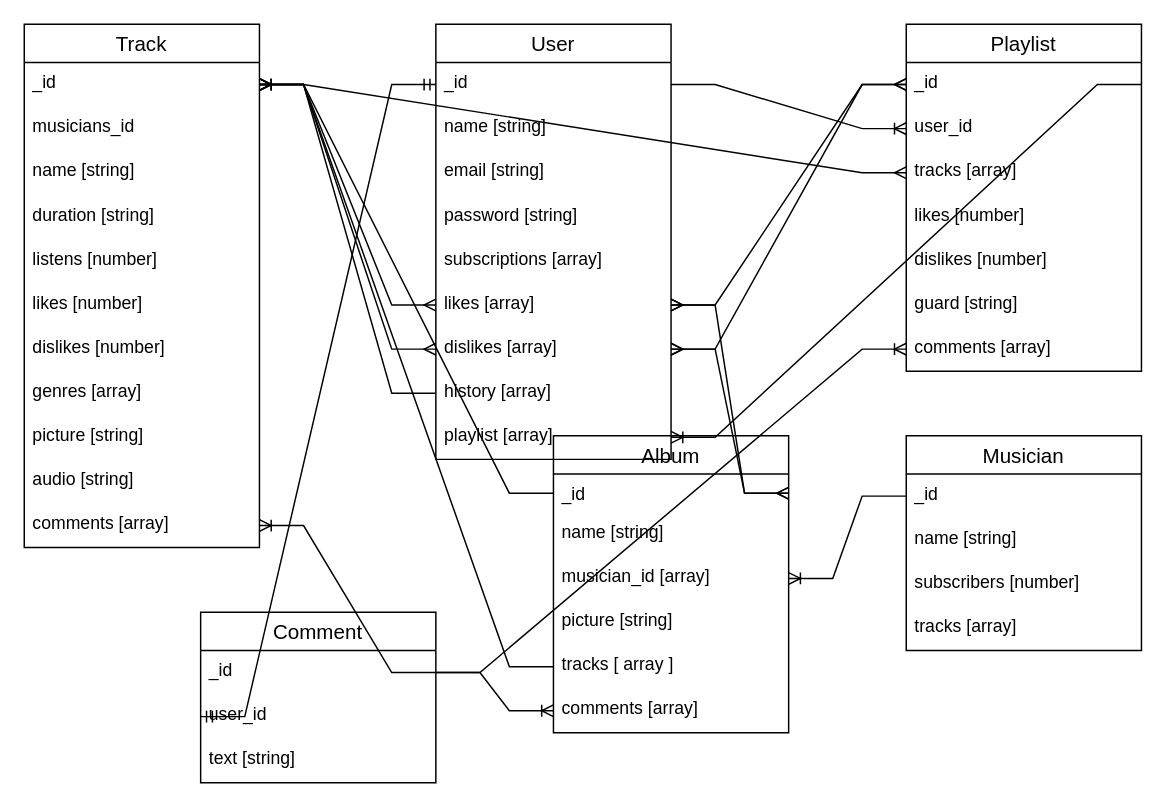
tusvel/betify_backend keeps this draw.io diagram as schemas/betify.drawio. Above is the earlier version. Source tidied: cells renumbered, new cells numbered last; positions are measured from the earlier drawing's top-left corner, leaving out a move shared by most shapes. Both pictures are drawn from the tidied source at 147%, with x=0, y=0 at pixel (24, 24).
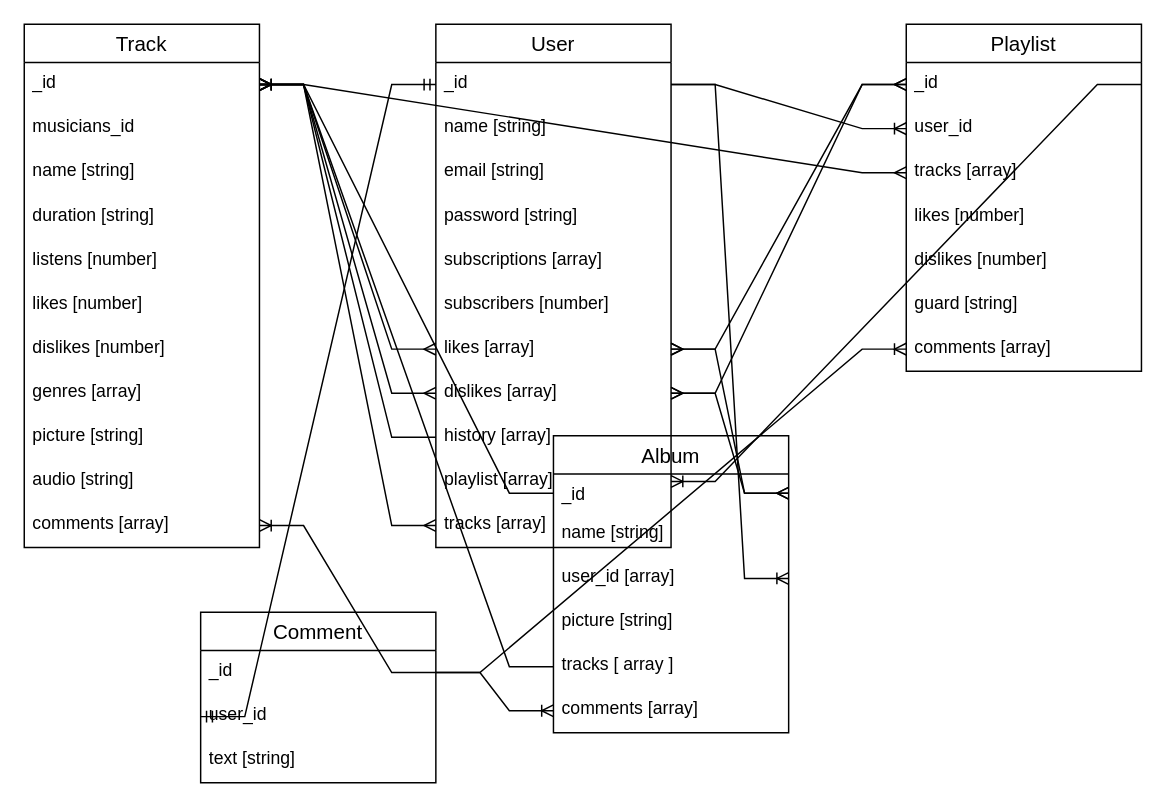
The same page after the edit.

Unchanged cells that the change refers to:
```xml
<mxCell id="3" value="_id" style="text;strokeColor=none;fillColor=none;spacingLeft=4;spacingRight=4;overflow=hidden;points=[[0,0.5],[1,0.5]];portConstraint=eastwest;fontSize=12;" parent="2" vertex="1">
  <mxGeometry y="26" width="160" height="30" as="geometry" />
</mxCell>
<mxCell id="19" value="Album" style="swimlane;fontStyle=0;horizontal=1;startSize=26;align=center;fontSize=14;" parent="1" vertex="1">
  <mxGeometry x="360" y="280" width="160" height="202" as="geometry" />
</mxCell>
<mxCell id="31" value="_id" style="text;strokeColor=none;fillColor=none;spacingLeft=4;spacingRight=4;overflow=hidden;points=[[0,0.5],[1,0.5]];portConstraint=eastwest;fontSize=12;" parent="30" vertex="1">
  <mxGeometry y="26" width="160" height="30" as="geometry" />
</mxCell>
```

What changed in the source:
```diff
@@
-    <mxCell id="14" value="Musician" style="swimlane;fontStyle=0;horizontal=1;startSize=26;align=center;fontSize=14;" parent="1" vertex="1">
-      <mxGeometry x="600" y="280" width="160" height="146" as="geometry" />
-    </mxCell>
-    <mxCell id="15" value="_id" style="text;strokeColor=none;fillColor=none;spacingLeft=4;spacingRight=4;overflow=hidden;points=[[0,0.5],[1,0.5]];portConstraint=eastwest;fontSize=12;" parent="14" vertex="1">
-      <mxGeometry y="26" width="160" height="30" as="geometry" />
-    </mxCell>
-    <mxCell id="16" value="name [string]" style="text;strokeColor=none;fillColor=none;spacingLeft=4;spacingRight=4;overflow=hidden;fontSize=12;" parent="14" vertex="1">
-      <mxGeometry y="56" width="160" height="30" as="geometry" />
-    </mxCell>
-    <mxCell id="17" value="subscribers [number]" style="text;strokeColor=none;fillColor=none;spacingLeft=4;spacingRight=4;overflow=hidden;fontSize=12;" parent="14" vertex="1">
-      <mxGeometry y="86" width="160" height="30" as="geometry" />
-    </mxCell>
-    <mxCell id="18" value="tracks [array]" style="text;strokeColor=none;fillColor=none;spacingLeft=4;spacingRight=4;overflow=hidden;points=[[0,0.5],[1,0.5]];portConstraint=eastwest;fontSize=12;" parent="14" vertex="1">
-      <mxGeometry y="116" width="160" height="30" as="geometry" />
-    </mxCell>
@@
-    <mxCell id="22" value="musician_id [array]" style="text;strokeColor=none;fillColor=none;spacingLeft=4;spacingRight=4;overflow=hidden;points=[[0,0.5],[1,0.5]];portConstraint=eastwest;fontSize=12;" parent="19" vertex="1">
+    <mxCell id="22" value="user_id [array]" style="text;strokeColor=none;fillColor=none;spacingLeft=4;spacingRight=4;overflow=hidden;points=[[0,0.5],[1,0.5]];portConstraint=eastwest;fontSize=12;" parent="19" vertex="1">
       <mxGeometry y="82" width="160" height="30" as="geometry" />
     </mxCell>
@@
     <mxCell id="30" value="User" style="swimlane;fontStyle=0;horizontal=1;startSize=26;align=center;fontSize=14;" parent="1" vertex="1">
-      <mxGeometry x="280" width="160" height="296" as="geometry" />
+      <mxGeometry x="280" width="160" height="356" as="geometry" />
     </mxCell>
@@
+    <mxCell id="17" value="subscribers [number]" style="text;strokeColor=none;fillColor=none;spacingLeft=4;spacingRight=4;overflow=hidden;fontSize=12;" parent="30" vertex="1">
+      <mxGeometry y="176" width="160" height="30" as="geometry" />
+    </mxCell>
     <mxCell id="36" value="likes [array]" style="text;strokeColor=none;fillColor=none;spacingLeft=4;spacingRight=4;overflow=hidden;points=[[0,0.5],[1,0.5]];portConstraint=eastwest;fontSize=12;" parent="30" vertex="1">
-      <mxGeometry y="176" width="160" height="30" as="geometry" />
+      <mxGeometry y="206" width="160" height="30" as="geometry" />
     </mxCell>
     <mxCell id="37" value="dislikes [array]" style="text;strokeColor=none;fillColor=none;spacingLeft=4;spacingRight=4;overflow=hidden;points=[[0,0.5],[1,0.5]];portConstraint=eastwest;fontSize=12;" parent="30" vertex="1">
-      <mxGeometry y="206" width="160" height="30" as="geometry" />
+      <mxGeometry y="236" width="160" height="30" as="geometry" />
     </mxCell>
     <mxCell id="38" value="history [array]" style="text;strokeColor=none;fillColor=none;spacingLeft=4;spacingRight=4;overflow=hidden;points=[[0,0.5],[1,0.5]];portConstraint=eastwest;fontSize=12;" parent="30" vertex="1">
-      <mxGeometry y="236" width="160" height="30" as="geometry" />
+      <mxGeometry y="266" width="160" height="30" as="geometry" />
     </mxCell>
     <mxCell id="39" value="playlist [array]" style="text;strokeColor=none;fillColor=none;spacingLeft=4;spacingRight=4;overflow=hidden;points=[[0,0.5],[1,0.5]];portConstraint=eastwest;fontSize=12;" parent="30" vertex="1">
-      <mxGeometry y="266" width="160" height="30" as="geometry" />
+      <mxGeometry y="296" width="160" height="30" as="geometry" />
     </mxCell>
+    <mxCell id="18" value="tracks [array]" style="text;strokeColor=none;fillColor=none;spacingLeft=4;spacingRight=4;overflow=hidden;points=[[0,0.5],[1,0.5]];portConstraint=eastwest;fontSize=12;" parent="30" vertex="1">
+      <mxGeometry y="326" width="160" height="30" as="geometry" />
+    </mxCell>
@@
-    <mxCell id="59" style="edgeStyle=entityRelationEdgeStyle;fontSize=12;html=1;endArrow=ERoneToMany;rounded=0;exitX=0;exitY=0.5;exitDx=0;exitDy=0;entryX=1;entryY=0.5;entryDx=0;entryDy=0;" parent="1" edge="1" source="15" target="22">
+    <mxCell id="59" style="edgeStyle=entityRelationEdgeStyle;fontSize=12;html=1;endArrow=ERoneToMany;rounded=0;exitX=1;exitY=0.5;exitDx=0;exitDy=0;entryX=1;entryY=0.5;entryDx=0;entryDy=0;" parent="1" edge="1" source="31" target="22">
       <mxGeometry relative="1" as="geometry" />
     </mxCell>
@@
+    <mxCell id="65" style="edgeStyle=entityRelationEdgeStyle;fontSize=12;html=1;endArrow=ERmany;startArrow=ERmany;rounded=0;entryX=0;entryY=0.5;entryDx=0;entryDy=0;exitX=1;exitY=0.5;exitDx=0;exitDy=0;" parent="1" edge="1" source="3" target="18">
+      <mxGeometry relative="1" as="geometry" />
+    </mxCell>
```
